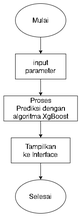
Above: Images/flowchart_sistem.png in rshby/skripsi (draw.io), before the change. Source tidied: cells renumbered, new cells last; positions are measured from the earlier drawing's top-left corner, leaving out a move shared by most shapes.
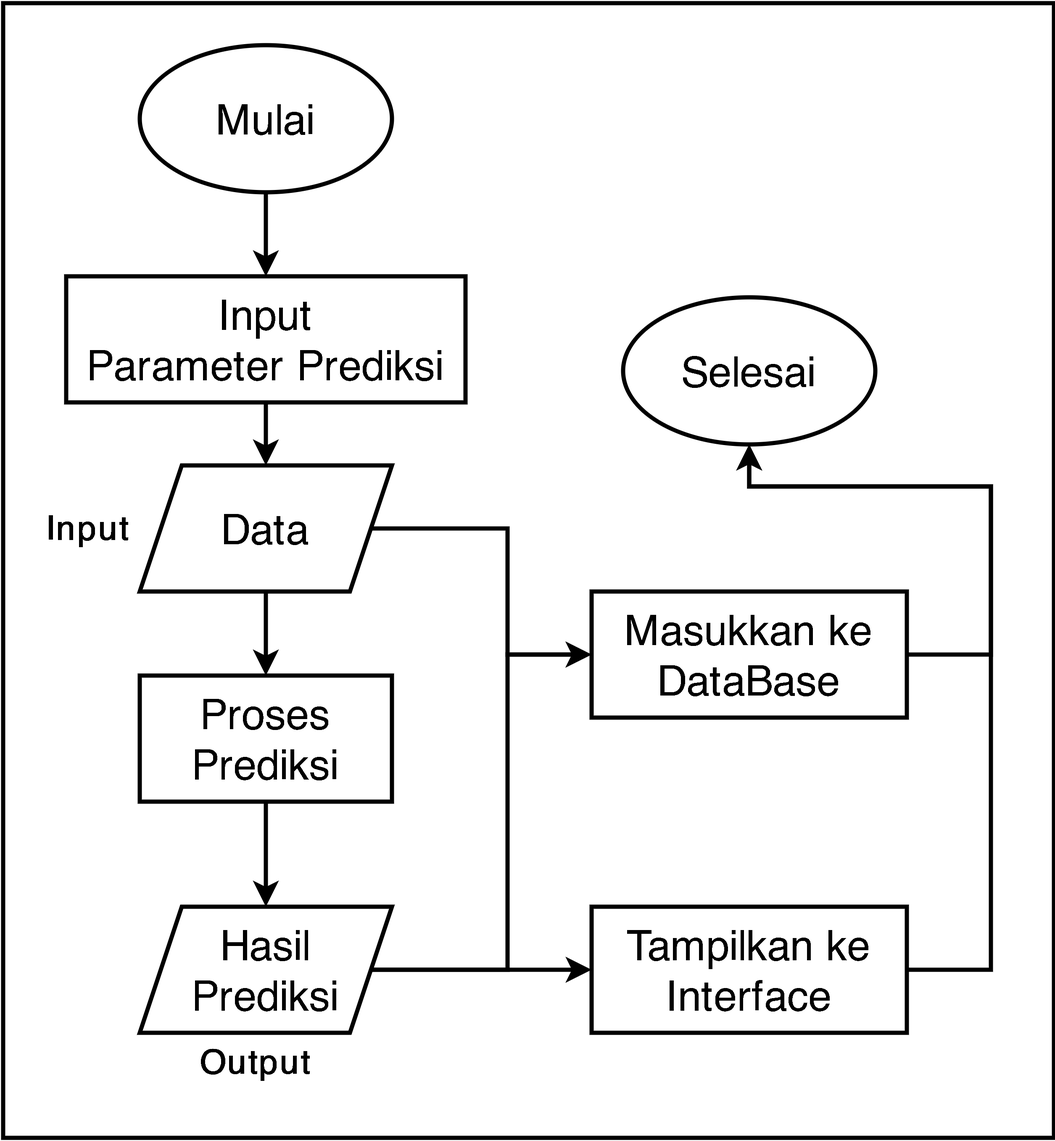
After the commit.

Change to the diagram source:
```diff
@@ -2,32 +2,90 @@
   <root>
     <mxCell id="0" />
     <mxCell id="1" parent="0" />
+    <mxCell id="11" style="group;" parent="1" vertex="1">
+      <mxGeometry x="-182" y="-130" width="500" height="540" as="geometry" />
+    </mxCell>
+    <mxCell id="12" style="rounded=0;whiteSpace=wrap;html=1;strokeWidth=2;" parent="11" vertex="1">
+      <mxGeometry width="500" height="540" as="geometry" />
+    </mxCell>
-    <mxCell id="2" value="&lt;font style=&quot;font-size: 16px&quot;&gt;Mulai&lt;/font&gt;" style="ellipse;whiteSpace=wrap;html=1;" parent="1" vertex="1">
-      <mxGeometry x="28" width="120" height="80" as="geometry" />
+    <mxCell id="2" value="&lt;font style=&quot;font-size: 20px&quot;&gt;Mulai&lt;/font&gt;" style="ellipse;whiteSpace=wrap;html=1;strokeWidth=2;" parent="11" vertex="1">
+      <mxGeometry x="65" y="20" width="120" height="70" as="geometry" />
     </mxCell>
-    <mxCell id="3" value="&lt;font style=&quot;font-size: 16px&quot;&gt;Selesai&lt;/font&gt;" style="ellipse;whiteSpace=wrap;html=1;" parent="1" vertex="1">
-      <mxGeometry x="28" y="420" width="120" height="80" as="geometry" />
+    <mxCell id="3" value="&lt;font style=&quot;font-size: 20px&quot;&gt;Selesai&lt;/font&gt;" style="ellipse;whiteSpace=wrap;html=1;strokeWidth=2;" parent="11" vertex="1">
+      <mxGeometry x="295" y="140" width="120" height="70" as="geometry" />
     </mxCell>
-    <mxCell id="4" value="&lt;font style=&quot;font-size: 16px&quot;&gt;input&lt;br&gt;parameter&lt;/font&gt;" style="rounded=0;whiteSpace=wrap;html=1;" parent="1" vertex="1">
-      <mxGeometry x="28" y="120" width="120" height="60" as="geometry" />
-    </mxCell>
-    <mxCell id="5" value="&lt;span style=&quot;font-size: 16px&quot;&gt;Proses&lt;br&gt;Prediksi dengan algoritma XgBoost&lt;br&gt;&lt;/span&gt;" style="rounded=0;whiteSpace=wrap;html=1;" parent="1" vertex="1">
-      <mxGeometry x="0.5" y="220" width="175" height="60" as="geometry" />
-    </mxCell>
+    <mxCell id="13" value="&lt;font style=&quot;font-size: 20px&quot;&gt;Input&lt;br&gt;Parameter Prediksi&lt;/font&gt;" style="rounded=0;whiteSpace=wrap;html=1;strokeWidth=2;" parent="11" vertex="1">
+      <mxGeometry x="30" y="130" width="190" height="60" as="geometry" />
+    </mxCell>
+    <mxCell id="14" value="&lt;font style=&quot;font-size: 20px&quot;&gt;Data&lt;/font&gt;" style="shape=parallelogram;perimeter=parallelogramPerimeter;whiteSpace=wrap;html=1;fixedSize=1;strokeWidth=2;" parent="11" vertex="1">
+      <mxGeometry x="65" y="220" width="120" height="60" as="geometry" />
+    </mxCell>
+    <mxCell id="15" value="&lt;font style=&quot;font-size: 20px&quot;&gt;Hasil&lt;br&gt;Prediksi&lt;br&gt;&lt;/font&gt;" style="shape=parallelogram;perimeter=parallelogramPerimeter;whiteSpace=wrap;html=1;fixedSize=1;strokeWidth=2;" parent="11" vertex="1">
+      <mxGeometry x="65" y="430" width="120" height="60" as="geometry" />
+    </mxCell>
+    <mxCell id="16" value="&lt;font style=&quot;font-size: 20px&quot;&gt;Masukkan ke&lt;br&gt;DataBase&lt;/font&gt;" style="rounded=0;whiteSpace=wrap;html=1;strokeWidth=2;" parent="11" vertex="1">
+      <mxGeometry x="280" y="280" width="150" height="60" as="geometry" />
+    </mxCell>
+    <mxCell id="17" value="&lt;font style=&quot;font-size: 20px&quot;&gt;Proses&lt;br&gt;Prediksi&lt;/font&gt;" style="rounded=0;whiteSpace=wrap;html=1;strokeWidth=2;" parent="11" vertex="1">
+      <mxGeometry x="65" y="320" width="120" height="60" as="geometry" />
+    </mxCell>
-    <mxCell id="6" value="&lt;span style=&quot;font-size: 16px&quot;&gt;Tampilkan&lt;br&gt;ke Interface&lt;br&gt;&lt;/span&gt;" style="rounded=0;whiteSpace=wrap;html=1;" parent="1" vertex="1">
-      <mxGeometry x="18" y="320" width="140" height="60" as="geometry" />
+    <mxCell id="6" value="&lt;font style=&quot;font-size: 20px&quot;&gt;Tampilkan ke&lt;br&gt;Interface&lt;/font&gt;" style="rounded=0;whiteSpace=wrap;html=1;strokeWidth=2;" parent="11" vertex="1">
+      <mxGeometry x="280" y="430" width="150" height="60" as="geometry" />
     </mxCell>
-    <mxCell id="7" style="endArrow=classic;html=1;exitX=0.5;exitY=1;exitDx=0;exitDy=0;entryX=0.5;entryY=0;entryDx=0;entryDy=0;" parent="1" edge="1" source="2" target="4">
-      <mxGeometry relative="1" as="geometry" />
-    </mxCell>
-    <mxCell id="8" style="endArrow=classic;html=1;exitX=0.5;exitY=1;exitDx=0;exitDy=0;entryX=0.5;entryY=0;entryDx=0;entryDy=0;" parent="1" edge="1" source="4" target="5">
-      <mxGeometry relative="1" as="geometry" />
-    </mxCell>
-    <mxCell id="9" style="endArrow=classic;html=1;exitX=0.5;exitY=1;exitDx=0;exitDy=0;entryX=0.5;entryY=0;entryDx=0;entryDy=0;" parent="1" edge="1" source="5" target="6">
-      <mxGeometry relative="1" as="geometry" />
-    </mxCell>
+    <mxCell id="18" style="endArrow=classic;html=1;strokeWidth=2;exitX=0.5;exitY=1;exitDx=0;exitDy=0;entryX=0.5;entryY=0;entryDx=0;entryDy=0;" parent="11" edge="1" source="2" target="13">
+      <mxGeometry relative="1" as="geometry" />
+    </mxCell>
+    <mxCell id="19" style="endArrow=classic;html=1;strokeWidth=2;exitX=0.5;exitY=1;exitDx=0;exitDy=0;entryX=0.5;entryY=0;entryDx=0;entryDy=0;" parent="11" edge="1" source="13" target="14">
+      <mxGeometry relative="1" as="geometry" />
+    </mxCell>
+    <mxCell id="20" style="endArrow=classic;html=1;strokeWidth=2;exitX=0.5;exitY=1;exitDx=0;exitDy=0;entryX=0.5;entryY=0;entryDx=0;entryDy=0;" parent="11" edge="1" source="14" target="17">
+      <mxGeometry relative="1" as="geometry" />
+    </mxCell>
+    <mxCell id="21" style="endArrow=classic;html=1;strokeWidth=2;exitX=0.5;exitY=1;exitDx=0;exitDy=0;entryX=0.5;entryY=0;entryDx=0;entryDy=0;" parent="11" edge="1" source="17" target="15">
+      <mxGeometry relative="1" as="geometry" />
+    </mxCell>
+    <mxCell id="22" style="endArrow=classic;html=1;strokeWidth=2;exitX=1;exitY=0.5;exitDx=0;exitDy=0;entryX=0;entryY=0.5;entryDx=0;entryDy=0;rounded=0;" parent="11" edge="1" source="14" target="16">
+      <mxGeometry relative="1" as="geometry">
+        <Array as="points">
+          <mxPoint x="240" y="250" />
+          <mxPoint x="240" y="310" />
+        </Array>
+      </mxGeometry>
+    </mxCell>
+    <mxCell id="23" style="endArrow=classic;html=1;strokeWidth=2;exitX=1;exitY=0.5;exitDx=0;exitDy=0;entryX=0;entryY=0.5;entryDx=0;entryDy=0;rounded=0;" parent="11" edge="1" source="15" target="16">
+      <mxGeometry relative="1" as="geometry">
+        <Array as="points">
+          <mxPoint x="240" y="460" />
+          <mxPoint x="240" y="310" />
+        </Array>
+      </mxGeometry>
+    </mxCell>
+    <mxCell id="24" style="endArrow=classic;html=1;strokeWidth=2;exitX=1;exitY=0.5;exitDx=0;exitDy=0;entryX=0;entryY=0.5;entryDx=0;entryDy=0;" parent="11" edge="1" source="15" target="6">
+      <mxGeometry relative="1" as="geometry" />
+    </mxCell>
+    <mxCell id="25" style="endArrow=classic;html=1;strokeColor=#000000;strokeWidth=2;exitX=1;exitY=0.5;exitDx=0;exitDy=0;entryX=0.5;entryY=1;entryDx=0;entryDy=0;rounded=0;" parent="11" edge="1" source="16" target="3">
+      <mxGeometry relative="1" as="geometry">
+        <Array as="points">
+          <mxPoint x="470" y="310" />
+          <mxPoint x="470" y="230" />
+          <mxPoint x="355" y="230" />
+        </Array>
+      </mxGeometry>
+    </mxCell>
-    <mxCell id="10" style="endArrow=classic;html=1;exitX=0.5;exitY=1;exitDx=0;exitDy=0;entryX=0.5;entryY=0;entryDx=0;entryDy=0;" parent="1" edge="1" source="6" target="3">
-      <mxGeometry relative="1" as="geometry" />
+    <mxCell id="10" style="endArrow=classic;html=1;strokeColor=#000000;strokeWidth=2;exitX=1;exitY=0.5;exitDx=0;exitDy=0;entryX=0.5;entryY=1;entryDx=0;entryDy=0;rounded=0;" parent="11" edge="1" source="6" target="3">
+      <mxGeometry relative="1" as="geometry">
+        <Array as="points">
+          <mxPoint x="470" y="460" />
+          <mxPoint x="470" y="230" />
+          <mxPoint x="355" y="230" />
+        </Array>
+      </mxGeometry>
     </mxCell>
+    <mxCell id="26" value="&lt;font style=&quot;font-size: 16px&quot;&gt;&lt;b&gt;Input&lt;/b&gt;&lt;/font&gt;" style="text;html=1;align=center;verticalAlign=middle;strokeColor=none;" parent="11" vertex="1">
+      <mxGeometry x="10" y="240" width="60" height="20" as="geometry" />
+    </mxCell>
+    <mxCell id="27" value="&lt;font style=&quot;font-size: 16px&quot;&gt;&lt;b&gt;Output&lt;/b&gt;&lt;/font&gt;" style="text;html=1;align=center;verticalAlign=middle;strokeColor=none;" parent="11" vertex="1">
+      <mxGeometry x="85" y="494" width="70" height="20" as="geometry" />
+    </mxCell>
   </root>
 </mxGraphModel>
```
